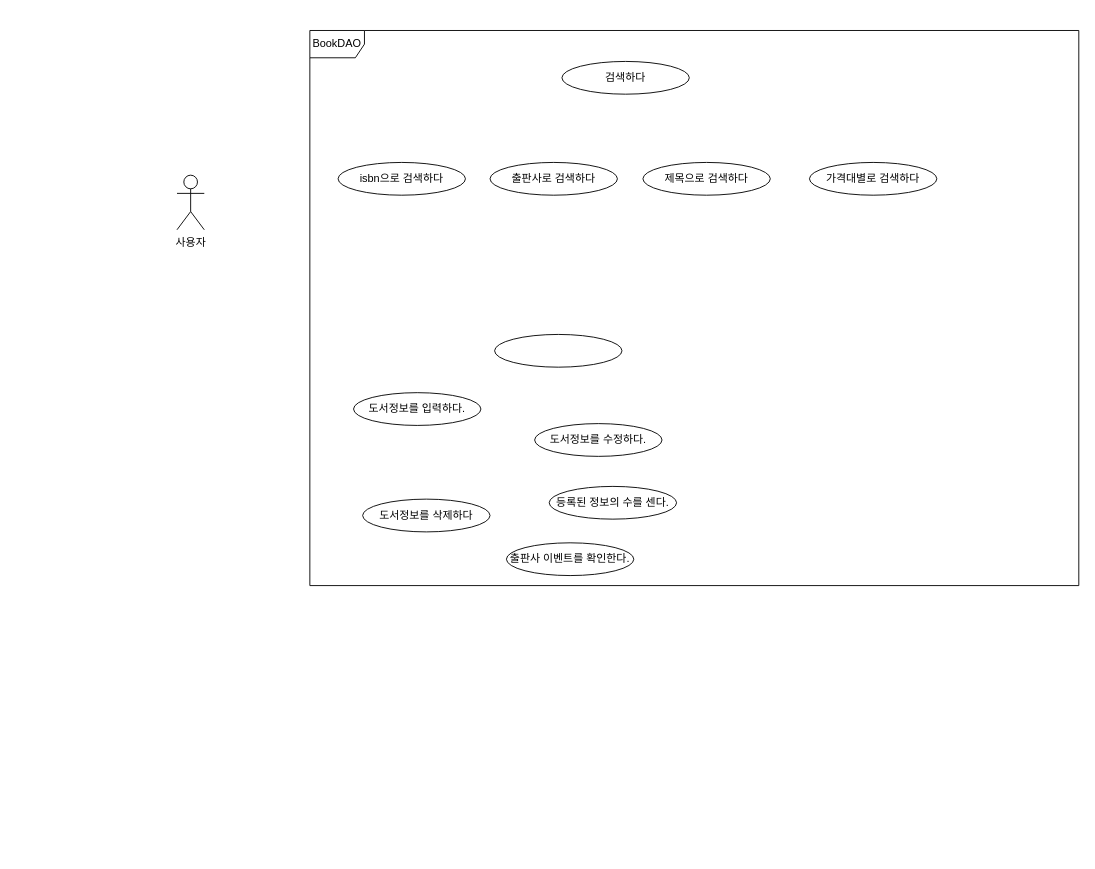
Earlier version of the draw.io diagram page "페이지-2" (2 of 2) of 제목 없는 다이어그램.drawio (Heeju-Lee/KOSTA). Source tidied: cells renumbered, new cells numbered last; positions are measured from the earlier drawing's top-left corner, leaving out a move shared by most shapes. Both pictures are drawn from the tidied source at 91%, with x=0, y=0 at pixel (177, 30).
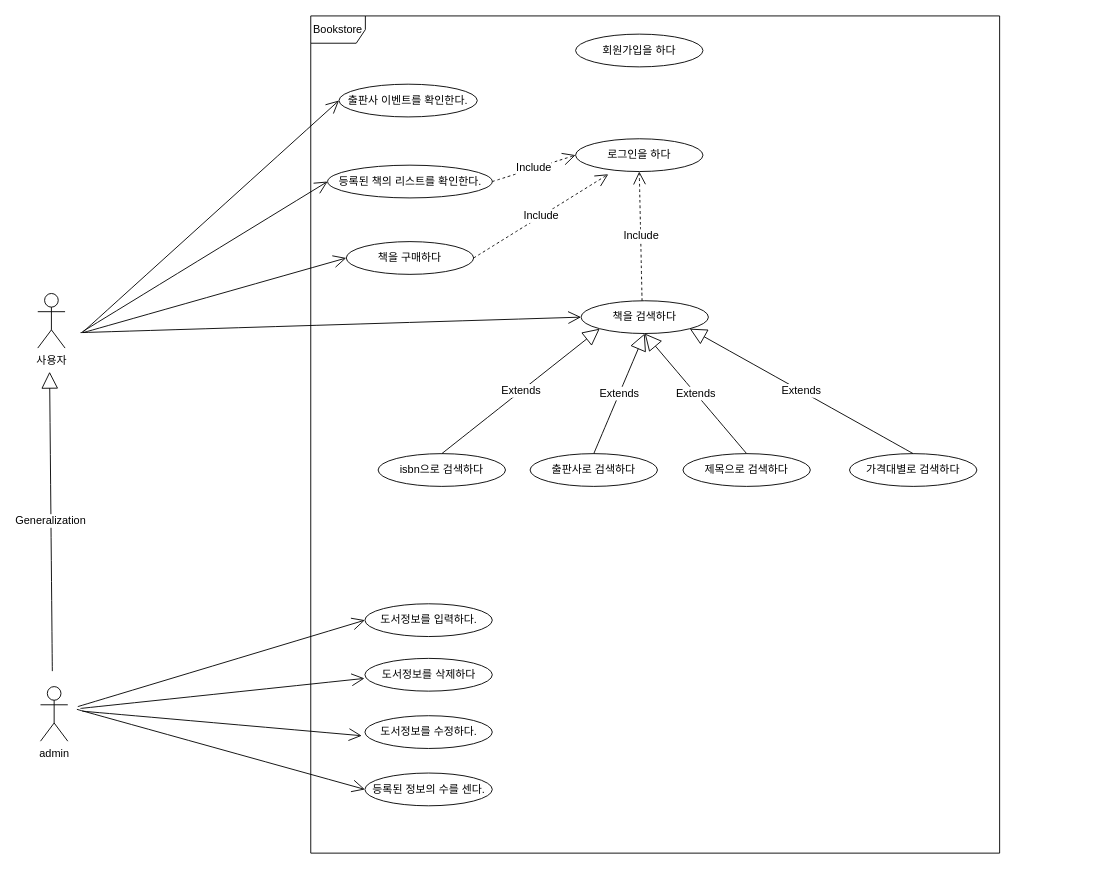
Above is the later version.

Commit message:
제목 없는 다이어그램.drawio 업데이트

What changed in the source:
```diff
@@
     <mxCell id="2" value="사용자" style="shape=umlActor;verticalLabelPosition=bottom;verticalAlign=top;html=1;" parent="1" vertex="1">
-      <mxGeometry y="159" width="30" height="60" as="geometry" />
+      <mxGeometry x="-153" y="289" width="30" height="60" as="geometry" />
     </mxCell>
-    <mxCell id="3" value="BookDAO" style="shape=umlFrame;whiteSpace=wrap;html=1;" parent="1" vertex="1">
-      <mxGeometry x="146" width="845" height="610" as="geometry" />
+    <mxCell id="3" value="Bookstore" style="shape=umlFrame;whiteSpace=wrap;html=1;" parent="1" vertex="1">
+      <mxGeometry x="147" y="-16" width="757" height="920" as="geometry" />
     </mxCell>
-    <mxCell id="4" value="검색하다" style="ellipse;whiteSpace=wrap;html=1;" parent="1" vertex="1">
-      <mxGeometry x="423" y="34" width="140" height="36" as="geometry" />
+    <mxCell id="4" value="책을 검색하다" style="ellipse;whiteSpace=wrap;html=1;" parent="1" vertex="1">
+      <mxGeometry x="444" y="297" width="140" height="36" as="geometry" />
     </mxCell>
     <mxCell id="5" value="제목으로 검색하다" style="ellipse;whiteSpace=wrap;html=1;" parent="1" vertex="1">
-      <mxGeometry x="512" y="145" width="140" height="36" as="geometry" />
+      <mxGeometry x="556" y="465" width="140" height="36" as="geometry" />
     </mxCell>
-    <mxCell id="6" style="ellipse;whiteSpace=wrap;html=1;" parent="1" vertex="1">
-      <mxGeometry x="349" y="334" width="140" height="36" as="geometry" />
-    </mxCell>
     <mxCell id="7" value="가격대별로 검색하다" style="ellipse;whiteSpace=wrap;html=1;" parent="1" vertex="1">
-      <mxGeometry x="695" y="145" width="140" height="36" as="geometry" />
+      <mxGeometry x="739" y="465" width="140" height="36" as="geometry" />
     </mxCell>
     <mxCell id="8" value="도서정보를 입력하다." style="ellipse;whiteSpace=wrap;html=1;" parent="1" vertex="1">
-      <mxGeometry x="194" y="398" width="140" height="36" as="geometry" />
+      <mxGeometry x="206.5" y="630" width="140" height="36" as="geometry" />
     </mxCell>
     <mxCell id="9" value="도서정보를 수정하다." style="ellipse;whiteSpace=wrap;html=1;" parent="1" vertex="1">
-      <mxGeometry x="393" y="432" width="140" height="36" as="geometry" />
+      <mxGeometry x="206.5" y="753" width="140" height="36" as="geometry" />
     </mxCell>
     <mxCell id="10" value="출판사로 검색하다" style="ellipse;whiteSpace=wrap;html=1;" parent="1" vertex="1">
-      <mxGeometry x="344" y="145" width="140" height="36" as="geometry" />
+      <mxGeometry x="388" y="465" width="140" height="36" as="geometry" />
     </mxCell>
     <mxCell id="11" value="도서정보를 삭제하다" style="ellipse;whiteSpace=wrap;html=1;" parent="1" vertex="1">
-      <mxGeometry x="204" y="515" width="140" height="36" as="geometry" />
+      <mxGeometry x="206.5" y="690" width="140" height="36" as="geometry" />
     </mxCell>
     <mxCell id="12" value="등록된 정보의 수를 센다." style="ellipse;whiteSpace=wrap;html=1;" parent="1" vertex="1">
-      <mxGeometry x="409" y="501" width="140" height="36" as="geometry" />
+      <mxGeometry x="206.5" y="816" width="140" height="36" as="geometry" />
     </mxCell>
     <mxCell id="13" value="출판사 이벤트를 확인한다." style="ellipse;whiteSpace=wrap;html=1;" parent="1" vertex="1">
-      <mxGeometry x="362" y="563" width="140" height="36" as="geometry" />
+      <mxGeometry x="178" y="59" width="152" height="36" as="geometry" />
     </mxCell>
     <mxCell id="14" value="isbn으로 검색하다" style="ellipse;whiteSpace=wrap;html=1;" parent="1" vertex="1">
-      <mxGeometry x="177" y="145" width="140" height="36" as="geometry" />
+      <mxGeometry x="221" y="465" width="140" height="36" as="geometry" />
     </mxCell>
+    <mxCell id="15" value="Extends" style="endArrow=block;endSize=16;endFill=0;html=1;rounded=0;fontSize=12;curved=1;entryX=0;entryY=1;entryDx=0;entryDy=0;exitX=0.5;exitY=0;exitDx=0;exitDy=0;" parent="1" edge="1" source="14" target="4">
+      <mxGeometry relative="1" as="geometry" />
+    </mxCell>
+    <mxCell id="16" value="Extends" style="endArrow=block;endSize=16;endFill=0;html=1;rounded=0;fontSize=12;curved=1;entryX=0.5;entryY=1;entryDx=0;entryDy=0;exitX=0.5;exitY=0;exitDx=0;exitDy=0;" parent="1" edge="1" source="10" target="4">
+      <mxGeometry x="0.01" relative="1" as="geometry" />
+    </mxCell>
+    <mxCell id="17" value="Extends" style="endArrow=block;endSize=16;endFill=0;html=1;rounded=0;fontSize=12;curved=1;entryX=0.5;entryY=1;entryDx=0;entryDy=0;exitX=0.5;exitY=0;exitDx=0;exitDy=0;" parent="1" edge="1" source="5" target="4">
+      <mxGeometry relative="1" as="geometry" />
+    </mxCell>
+    <mxCell id="18" value="Extends" style="endArrow=block;endSize=16;endFill=0;html=1;rounded=0;fontSize=12;curved=1;entryX=1;entryY=1;entryDx=0;entryDy=0;exitX=0.5;exitY=0;exitDx=0;exitDy=0;" parent="1" edge="1" source="7" target="4">
+      <mxGeometry relative="1" as="geometry" />
+    </mxCell>
+    <mxCell id="19" value="등록된 책의 리스트를 확인한다." style="ellipse;whiteSpace=wrap;html=1;" parent="1" vertex="1">
+      <mxGeometry x="165.5" y="148" width="181" height="36" as="geometry" />
+    </mxCell>
+    <mxCell id="20" style="endArrow=open;endFill=1;endSize=12;html=1;rounded=0;fontSize=12;curved=1;entryX=0;entryY=0.5;entryDx=0;entryDy=0;" parent="1" edge="1" target="4">
+      <mxGeometry relative="1" as="geometry">
+        <mxPoint x="-106" y="332" as="sourcePoint" />
+      </mxGeometry>
+    </mxCell>
+    <mxCell id="21" value="admin" style="shape=umlActor;verticalLabelPosition=bottom;verticalAlign=top;html=1;" parent="1" vertex="1">
+      <mxGeometry x="-150" y="721" width="30" height="60" as="geometry" />
+    </mxCell>
+    <mxCell id="22" value="Generalization" style="endArrow=block;endSize=16;endFill=0;html=1;rounded=0;fontSize=12;curved=1;" parent="1" edge="1">
+      <mxGeometry relative="1" as="geometry">
+        <mxPoint x="-137" y="704" as="sourcePoint" />
+        <mxPoint x="-140" y="375" as="targetPoint" />
+      </mxGeometry>
+    </mxCell>
+    <mxCell id="23" value="로그인을 하다" style="ellipse;whiteSpace=wrap;html=1;" parent="1" vertex="1">
+      <mxGeometry x="438" y="119" width="140" height="36" as="geometry" />
+    </mxCell>
+    <mxCell id="24" value="책을 구매하다" style="ellipse;whiteSpace=wrap;html=1;" parent="1" vertex="1">
+      <mxGeometry x="186" y="232" width="140" height="36" as="geometry" />
+    </mxCell>
+    <mxCell id="25" value="Include" style="endArrow=open;endSize=12;dashed=1;html=1;rounded=0;fontSize=12;curved=1;entryX=0.5;entryY=1;entryDx=0;entryDy=0;exitX=0.479;exitY=0;exitDx=0;exitDy=0;exitPerimeter=0;" parent="1" edge="1" source="4" target="23">
+      <mxGeometry relative="1" as="geometry" />
+    </mxCell>
+    <mxCell id="26" value="Include" style="endArrow=open;endSize=12;dashed=1;html=1;rounded=0;fontSize=12;curved=1;entryX=0.257;entryY=1.083;entryDx=0;entryDy=0;exitX=1;exitY=0.5;exitDx=0;exitDy=0;entryPerimeter=0;" parent="1" edge="1" source="24" target="23">
+      <mxGeometry relative="1" as="geometry" />
+    </mxCell>
+    <mxCell id="27" value="회원가입을 하다" style="ellipse;whiteSpace=wrap;html=1;" parent="1" vertex="1">
+      <mxGeometry x="438" y="4" width="140" height="36" as="geometry" />
+    </mxCell>
+    <mxCell id="28" value="Include" style="endArrow=open;endSize=12;dashed=1;html=1;rounded=0;fontSize=12;curved=1;entryX=0;entryY=0.5;entryDx=0;entryDy=0;exitX=1;exitY=0.5;exitDx=0;exitDy=0;" parent="1" edge="1" source="19" target="23">
+      <mxGeometry relative="1" as="geometry" />
+    </mxCell>
+    <mxCell id="29" style="endArrow=open;endFill=1;endSize=12;html=1;rounded=0;fontSize=12;curved=1;entryX=0;entryY=0.5;entryDx=0;entryDy=0;" parent="1" edge="1" target="24">
+      <mxGeometry relative="1" as="geometry">
+        <mxPoint x="-103" y="332" as="sourcePoint" />
+      </mxGeometry>
+    </mxCell>
+    <mxCell id="30" style="endArrow=open;endFill=1;endSize=12;html=1;rounded=0;fontSize=12;curved=1;entryX=0;entryY=0.5;entryDx=0;entryDy=0;" parent="1" edge="1" target="19">
+      <mxGeometry relative="1" as="geometry">
+        <mxPoint x="-104" y="331" as="sourcePoint" />
+      </mxGeometry>
+    </mxCell>
+    <mxCell id="31" style="endArrow=open;endFill=1;endSize=12;html=1;rounded=0;fontSize=12;curved=1;entryX=0;entryY=0.5;entryDx=0;entryDy=0;" parent="1" edge="1" target="13">
+      <mxGeometry relative="1" as="geometry">
+        <mxPoint x="-104" y="332" as="sourcePoint" />
+      </mxGeometry>
+    </mxCell>
+    <mxCell id="32" style="endArrow=open;endFill=1;endSize=12;html=1;rounded=0;fontSize=12;curved=1;entryX=0;entryY=0.5;entryDx=0;entryDy=0;" parent="1" edge="1" target="8">
+      <mxGeometry relative="1" as="geometry">
+        <mxPoint x="-109" y="743" as="sourcePoint" />
+      </mxGeometry>
+    </mxCell>
+    <mxCell id="33" style="endArrow=open;endFill=1;endSize=12;html=1;rounded=0;fontSize=12;curved=1;" parent="1" edge="1">
+      <mxGeometry relative="1" as="geometry">
+        <mxPoint x="-106" y="745" as="sourcePoint" />
+        <mxPoint x="206" y="712" as="targetPoint" />
+      </mxGeometry>
+    </mxCell>
+    <mxCell id="34" style="endArrow=open;endFill=1;endSize=12;html=1;rounded=0;fontSize=12;curved=1;entryX=0;entryY=0.5;entryDx=0;entryDy=0;" parent="1" edge="1" target="12">
+      <mxGeometry relative="1" as="geometry">
+        <mxPoint x="-110" y="746" as="sourcePoint" />
+      </mxGeometry>
+    </mxCell>
+    <mxCell id="35" style="endArrow=open;endFill=1;endSize=12;html=1;rounded=0;fontSize=12;curved=1;" parent="1" edge="1">
+      <mxGeometry relative="1" as="geometry">
+        <mxPoint x="-104" y="748" as="sourcePoint" />
+        <mxPoint x="203" y="775" as="targetPoint" />
+      </mxGeometry>
+    </mxCell>
```
